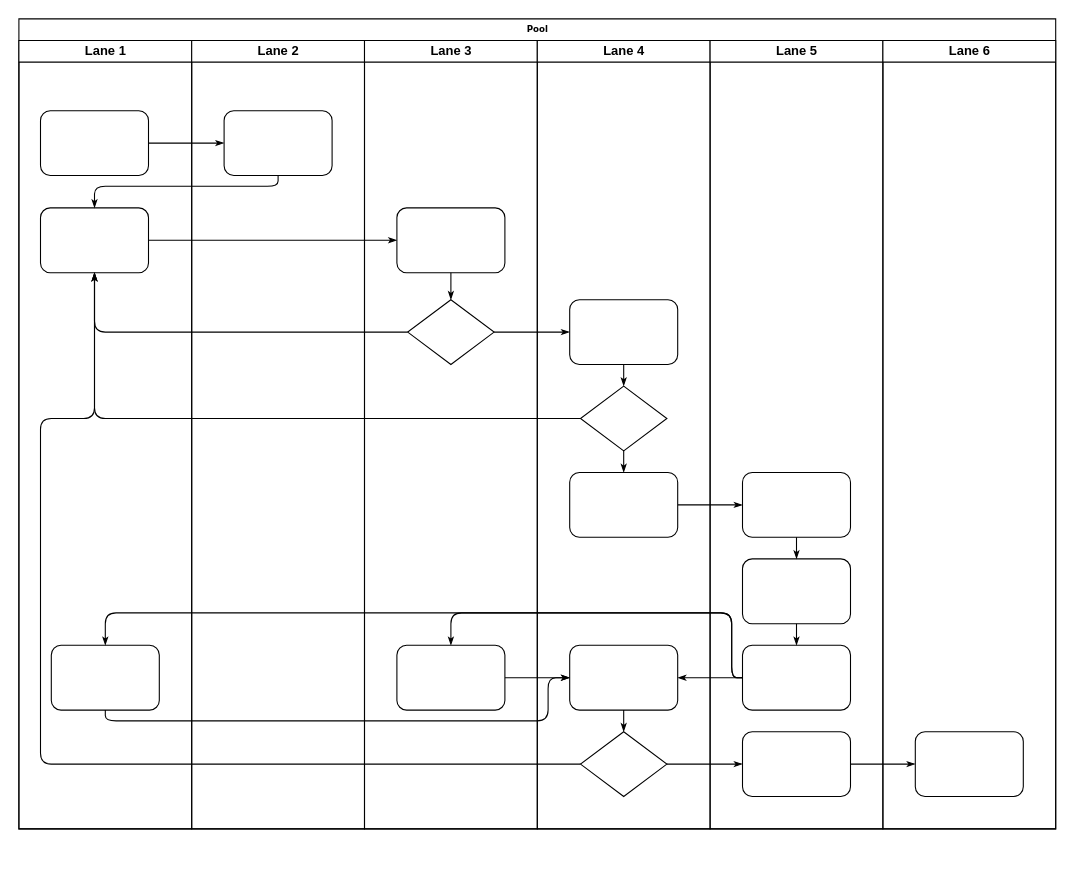
This is 未命名绘图.drawio from javaCrazy0625/draw-file, a draw.io file, before an edit. Source tidied: cells renumbered, new cells numbered last; positions are measured from the earlier drawing's top-left corner, leaving out a move shared by most shapes. Both pictures are drawn from the tidied source at 108%, with x=0, y=0 at pixel (18, 18).
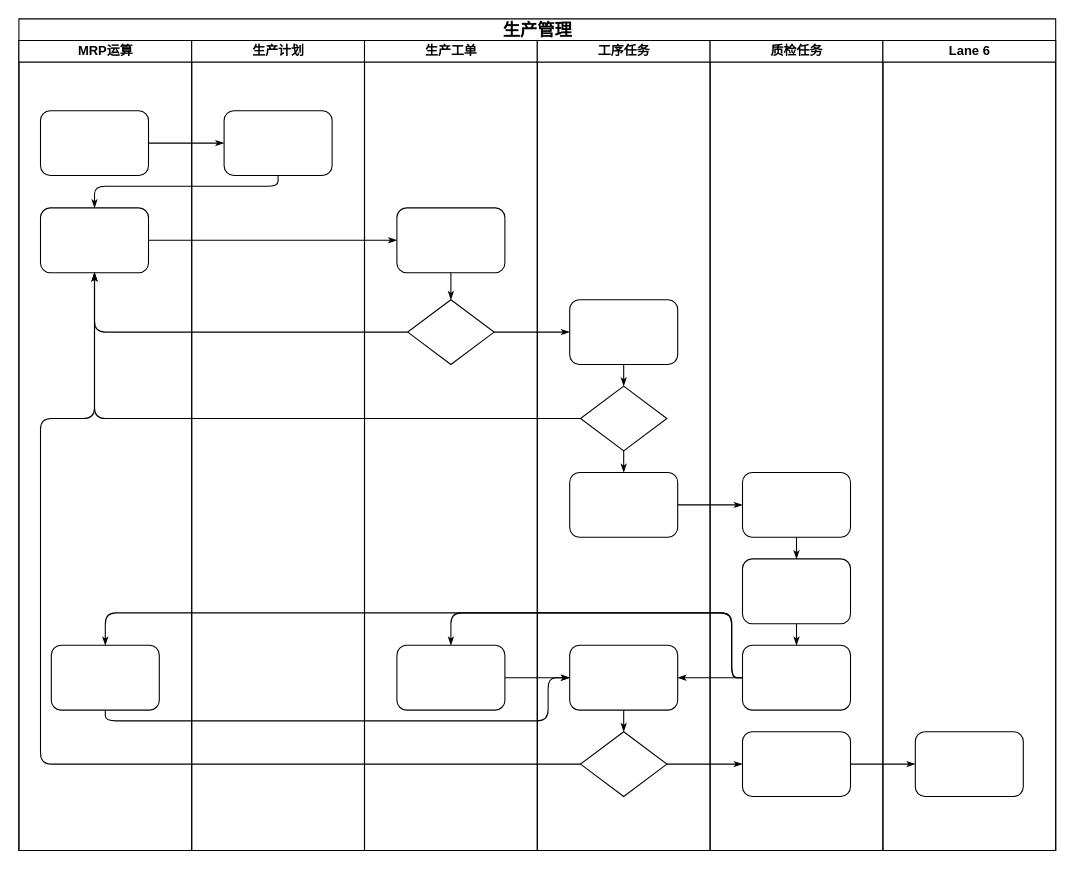
After the change.

Commit message (it also covers changes not shown here):
更新未命名绘图.drawio

The edit, as a diff of the source:
```diff
@@
-    <mxCell id="2" value="Pool" style="swimlane;html=1;startSize=20;rounded=0;shadow=0;labelBackgroundColor=none;strokeWidth=1;fontFamily=Verdana;fontSize=8;align=center;" parent="1" vertex="1">
-      <mxGeometry width="960" height="750" as="geometry" />
+    <mxCell id="2" value="&lt;font style=&quot;font-size: 16px;&quot;&gt;生产管理&lt;/font&gt;" style="swimlane;html=1;startSize=20;rounded=0;shadow=0;labelBackgroundColor=none;strokeWidth=1;fontFamily=Verdana;fontSize=8;align=center;" parent="1" vertex="1">
+      <mxGeometry width="960" height="770" as="geometry" />
     </mxCell>
-    <mxCell id="3" value="Lane 1" style="swimlane;html=1;startSize=20;" parent="2" vertex="1">
-      <mxGeometry y="20" width="160" height="730" as="geometry" />
+    <mxCell id="3" value="MRP运算" style="swimlane;html=1;startSize=20;" parent="2" vertex="1">
+      <mxGeometry y="20" width="160" height="750" as="geometry" />
     </mxCell>
@@
-    <mxCell id="22" value="Lane 2" style="swimlane;html=1;startSize=20;" parent="2" vertex="1">
-      <mxGeometry x="160" y="20" width="160" height="730" as="geometry" />
+    <mxCell id="22" value="生产计划" style="swimlane;html=1;startSize=20;" parent="2" vertex="1">
+      <mxGeometry x="160" y="20" width="160" height="750" as="geometry" />
     </mxCell>
@@
-    <mxCell id="24" value="Lane 3" style="swimlane;html=1;startSize=20;" parent="2" vertex="1">
-      <mxGeometry x="320" y="20" width="160" height="730" as="geometry" />
+    <mxCell id="24" value="生产工单" style="swimlane;html=1;startSize=20;" parent="2" vertex="1">
+      <mxGeometry x="320" y="20" width="160" height="750" as="geometry" />
     </mxCell>
@@
-    <mxCell id="29" value="Lane 4" style="swimlane;html=1;startSize=20;" parent="2" vertex="1">
-      <mxGeometry x="480" y="20" width="160" height="730" as="geometry" />
+    <mxCell id="29" value="工序任务" style="swimlane;html=1;startSize=20;" parent="2" vertex="1">
+      <mxGeometry x="480" y="20" width="160" height="750" as="geometry" />
     </mxCell>
@@
-    <mxCell id="38" value="Lane 5" style="swimlane;html=1;startSize=20;" parent="2" vertex="1">
-      <mxGeometry x="640" y="20" width="160" height="730" as="geometry" />
+    <mxCell id="38" value="质检任务" style="swimlane;html=1;startSize=20;" parent="2" vertex="1">
+      <mxGeometry x="640" y="20" width="160" height="750" as="geometry" />
     </mxCell>
@@
     <mxCell id="45" value="Lane 6" style="swimlane;html=1;startSize=20;" parent="2" vertex="1">
-      <mxGeometry x="800" y="20" width="160" height="730" as="geometry" />
+      <mxGeometry x="800" y="20" width="160" height="750" as="geometry" />
     </mxCell>
```
